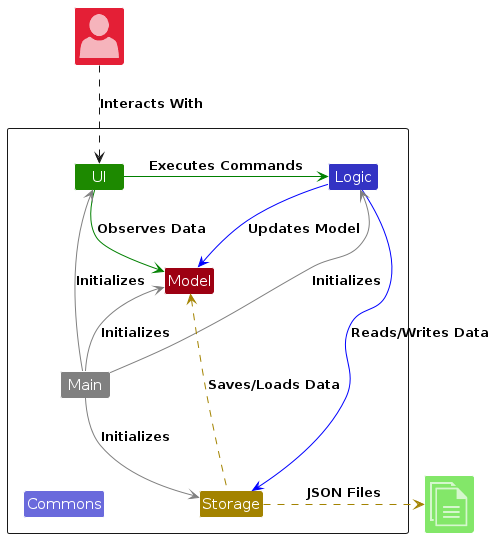
Earlier version of the PlantUML export diagrams/ArchitectureDiagram.png (AY2526S1-CS2103T-F13-3/tp). Its source is kept beside it as diagrams/ArchitectureDiagram.puml.
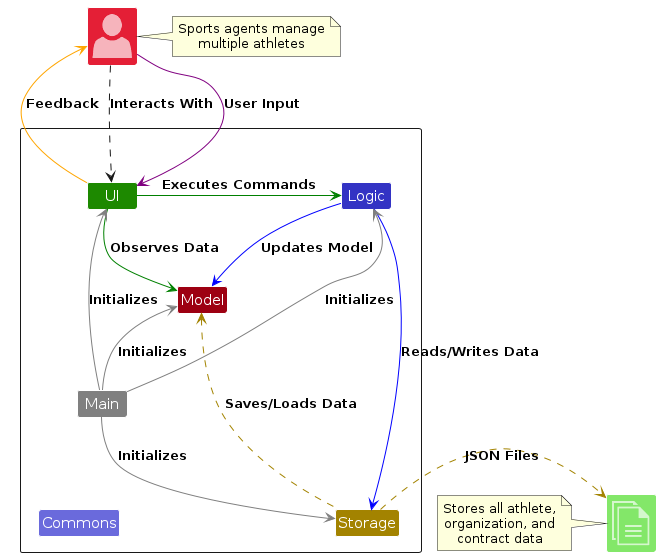
Above is the later version.

The edit, as a diff of the source:
```diff
@@ -30,4 +30,9 @@
 Storage .right[STORAGE_COLOR].> DataFile : JSON Files
 Agent ..> UI : Interacts With
 
+note right of Agent : Sports agents manage\nmultiple athletes
+note left of DataFile : Stores all athlete,\norganization, and\ncontract data
+Agent -[#purple]-> UI : User Input
+UI -[#orange]-> Agent : Feedback
+
 @enduml
```
